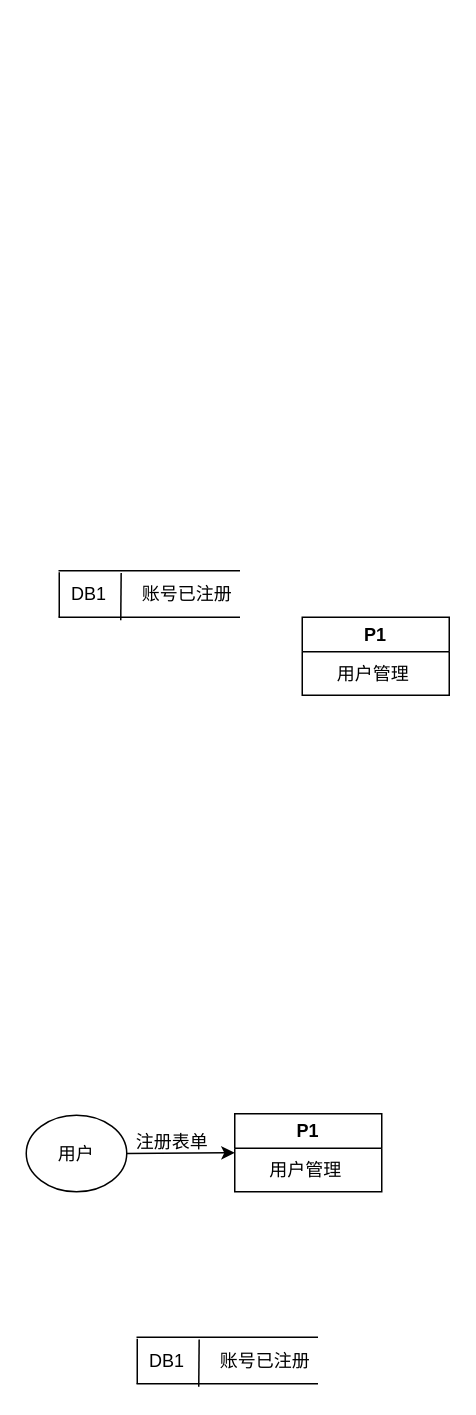
Before: images/学生社团-数据流程图.drawio in biienu/draw-io, a draw.io diagram. Source tidied: cells renumbered, new cells numbered last; positions are measured from the earlier drawing's top-left corner, leaving out a move shared by most shapes. Both pictures are drawn from the tidied source at 150%, with x=0, y=0 at pixel (26, 570).
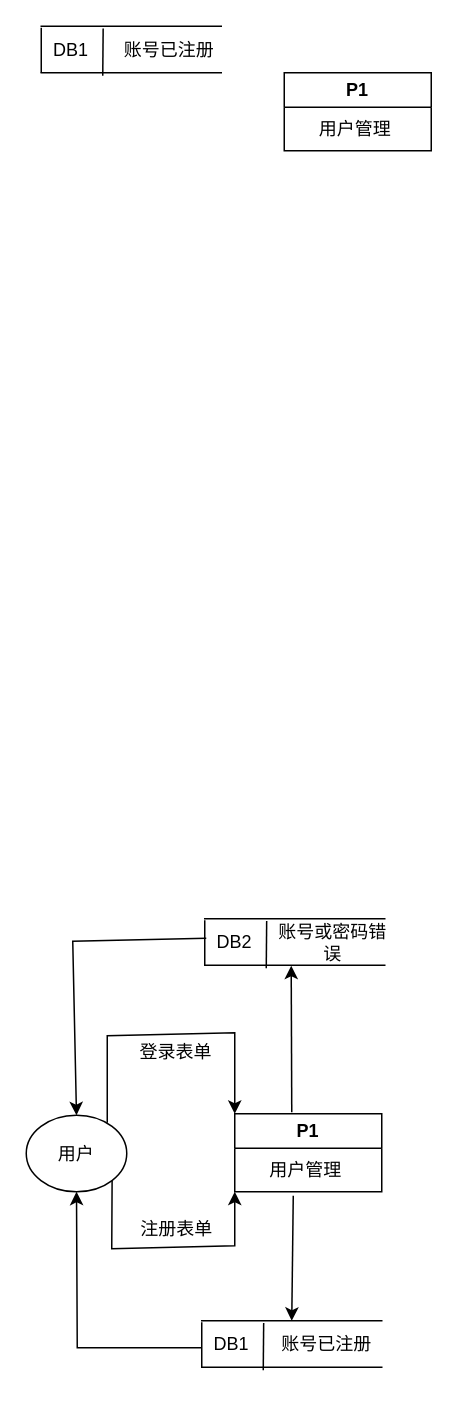
Above is the later version.

Commit message (it also covers changes not shown here):
更新学生社团-数据流程图.drawio

The change refers to these unchanged cells:
```xml
<mxCell id="2" value="用户" style="ellipse;whiteSpace=wrap;html=1;" parent="1" vertex="1">
  <mxGeometry y="363" width="67" height="51" as="geometry" />
</mxCell>
<mxCell id="5" value="P1" style="swimlane;whiteSpace=wrap;html=1;" parent="1" vertex="1">
  <mxGeometry x="139" y="362" width="98" height="52" as="geometry" />
</mxCell>
<mxCell id="6" value="用户管理" style="text;html=1;align=center;verticalAlign=middle;points=[];strokeColor=none;fillColor=none;" parent="5" vertex="1">
  <mxGeometry x="14" y="25" width="66" height="26" as="geometry" />
</mxCell>
```

Change to the diagram source:
```diff
@@
-    <mxCell id="3" style="endArrow=classic;html=1;rounded=0;exitX=1;exitY=0.5;exitDx=0;exitDy=0;entryX=0;entryY=0.5;entryDx=0;entryDy=0;" parent="1" edge="1" source="2" target="5">
-      <mxGeometry relative="1" as="geometry" />
+    <mxCell id="3" style="endArrow=classic;html=1;rounded=0;exitX=1;exitY=1;exitDx=0;exitDy=0;entryX=0;entryY=1;entryDx=0;entryDy=0;" parent="1" edge="1" source="2" target="5">
+      <mxGeometry relative="1" as="geometry">
+        <Array as="points">
+          <mxPoint x="57" y="452" />
+          <mxPoint x="139" y="450" />
+        </Array>
+      </mxGeometry>
     </mxCell>
     <mxCell id="4" value="注册表单" style="text;html=1;align=center;verticalAlign=middle;strokeColor=none;fillColor=none;" parent="1" vertex="1">
-      <mxGeometry x="64" y="368" width="66" height="26" as="geometry" />
+      <mxGeometry x="67" y="426" width="66" height="26" as="geometry" />
     </mxCell>
@@
     <mxCell id="7" style="shape=partialRectangle;whiteSpace=wrap;html=1;left=0;right=0;fillColor=none;" parent="1" vertex="1">
-      <mxGeometry x="74" y="511" width="120" height="31" as="geometry" />
+      <mxGeometry x="117" y="500" width="120" height="31" as="geometry" />
     </mxCell>
     <mxCell id="8" style="endArrow=none;html=1;rounded=0;exitX=0;exitY=1;exitDx=0;exitDy=0;" parent="1" edge="1" source="7">
       <mxGeometry relative="1" as="geometry">
-        <mxPoint x="74" y="512" as="targetPoint" />
+        <mxPoint x="117" y="501" as="targetPoint" />
       </mxGeometry>
     </mxCell>
     <mxCell id="9" style="endArrow=none;html=1;rounded=0;entryX=0.344;entryY=0.05;entryDx=0;entryDy=0;entryPerimeter=0;" parent="1" edge="1" target="7">
       <mxGeometry relative="1" as="geometry">
-        <mxPoint x="115" y="544" as="sourcePoint" />
+        <mxPoint x="158" y="533" as="sourcePoint" />
       </mxGeometry>
     </mxCell>
     <mxCell id="10" value="DB1" style="text;html=1;strokeColor=none;fillColor=none;align=center;verticalAlign=middle;whiteSpace=wrap;rounded=0;" parent="1" vertex="1">
-      <mxGeometry x="64" y="512" width="60" height="30" as="geometry" />
+      <mxGeometry x="107" y="501" width="60" height="30" as="geometry" />
     </mxCell>
     <mxCell id="11" value="账号已注册" style="text;html=1;strokeColor=none;fillColor=none;align=center;verticalAlign=middle;whiteSpace=wrap;rounded=0;" parent="1" vertex="1">
-      <mxGeometry x="119" y="512" width="81" height="30" as="geometry" />
+      <mxGeometry x="164" y="501" width="73" height="30" as="geometry" />
     </mxCell>
     <mxCell id="12" style="shape=partialRectangle;whiteSpace=wrap;html=1;left=0;right=0;fillColor=none;" parent="1" vertex="1">
-      <mxGeometry x="22" width="120" height="31" as="geometry" />
+      <mxGeometry x="10" y="-363" width="120" height="31" as="geometry" />
     </mxCell>
     <mxCell id="13" style="endArrow=none;html=1;rounded=0;exitX=0;exitY=1;exitDx=0;exitDy=0;" parent="1" edge="1" source="12">
       <mxGeometry relative="1" as="geometry">
-        <mxPoint x="22" y="1" as="targetPoint" />
+        <mxPoint x="10" y="-362" as="targetPoint" />
       </mxGeometry>
     </mxCell>
     <mxCell id="14" style="endArrow=none;html=1;rounded=0;entryX=0.344;entryY=0.05;entryDx=0;entryDy=0;entryPerimeter=0;" parent="1" edge="1" target="12">
       <mxGeometry relative="1" as="geometry">
-        <mxPoint x="63" y="33" as="sourcePoint" />
+        <mxPoint x="51" y="-330" as="sourcePoint" />
       </mxGeometry>
     </mxCell>
     <mxCell id="15" value="DB1" style="text;html=1;strokeColor=none;fillColor=none;align=center;verticalAlign=middle;whiteSpace=wrap;rounded=0;" parent="1" vertex="1">
-      <mxGeometry x="12" y="1" width="60" height="30" as="geometry" />
+      <mxGeometry y="-362" width="60" height="30" as="geometry" />
     </mxCell>
     <mxCell id="16" value="账号已注册" style="text;html=1;strokeColor=none;fillColor=none;align=center;verticalAlign=middle;whiteSpace=wrap;rounded=0;" parent="1" vertex="1">
-      <mxGeometry x="67" y="1" width="81" height="30" as="geometry" />
+      <mxGeometry x="55" y="-362" width="81" height="30" as="geometry" />
     </mxCell>
     <mxCell id="17" value="P1" style="swimlane;whiteSpace=wrap;html=1;" parent="1" vertex="1">
-      <mxGeometry x="184" y="31" width="98" height="52" as="geometry" />
+      <mxGeometry x="172" y="-332" width="98" height="52" as="geometry" />
     </mxCell>
@@
+    <mxCell id="19" style="endArrow=classic;html=1;rounded=0;entryX=0.5;entryY=0;entryDx=0;entryDy=0;exitX=0.379;exitY=1.141;exitDx=0;exitDy=0;exitPerimeter=0;" parent="1" edge="1" source="6" target="7">
+      <mxGeometry relative="1" as="geometry" />
+    </mxCell>
+    <mxCell id="20" style="endArrow=classic;html=1;rounded=0;entryX=0.5;entryY=1;entryDx=0;entryDy=0;exitX=0.167;exitY=0.567;exitDx=0;exitDy=0;exitPerimeter=0;" parent="1" edge="1" source="10" target="2">
+      <mxGeometry relative="1" as="geometry">
+        <Array as="points">
+          <mxPoint x="34" y="518" />
+        </Array>
+      </mxGeometry>
+    </mxCell>
+    <mxCell id="21" style="endArrow=classic;html=1;rounded=0;entryX=0;entryY=0;entryDx=0;entryDy=0;" parent="1" edge="1" target="5">
+      <mxGeometry relative="1" as="geometry">
+        <mxPoint x="54" y="368" as="sourcePoint" />
+        <Array as="points">
+          <mxPoint x="54" y="310" />
+          <mxPoint x="139" y="308" />
+        </Array>
+      </mxGeometry>
+    </mxCell>
+    <mxCell id="22" value="登录表单" style="text;html=1;strokeColor=none;fillColor=none;align=center;verticalAlign=middle;whiteSpace=wrap;rounded=0;" parent="1" vertex="1">
+      <mxGeometry x="70" y="306" width="60" height="30" as="geometry" />
+    </mxCell>
+    <mxCell id="23" style="shape=partialRectangle;whiteSpace=wrap;html=1;left=0;right=0;fillColor=none;" parent="1" vertex="1">
+      <mxGeometry x="119" y="232" width="120" height="31" as="geometry" />
+    </mxCell>
+    <mxCell id="24" style="endArrow=none;html=1;rounded=0;exitX=0;exitY=1;exitDx=0;exitDy=0;" parent="1" edge="1" source="23">
+      <mxGeometry relative="1" as="geometry">
+        <mxPoint x="119" y="233" as="targetPoint" />
+      </mxGeometry>
+    </mxCell>
+    <mxCell id="25" style="endArrow=none;html=1;rounded=0;entryX=0.344;entryY=0.05;entryDx=0;entryDy=0;entryPerimeter=0;" parent="1" edge="1" target="23">
+      <mxGeometry relative="1" as="geometry">
+        <mxPoint x="160" y="265" as="sourcePoint" />
+      </mxGeometry>
+    </mxCell>
+    <mxCell id="26" value="DB2" style="text;html=1;strokeColor=none;fillColor=none;align=center;verticalAlign=middle;whiteSpace=wrap;rounded=0;" parent="1" vertex="1">
+      <mxGeometry x="109" y="233" width="60" height="30" as="geometry" />
+    </mxCell>
+    <mxCell id="27" value="账号或密码错误" style="text;html=1;strokeColor=none;fillColor=none;align=center;verticalAlign=middle;whiteSpace=wrap;rounded=0;" parent="1" vertex="1">
+      <mxGeometry x="164" y="233" width="81" height="30" as="geometry" />
+    </mxCell>
+    <mxCell id="28" style="endArrow=classic;html=1;rounded=0;entryX=0.156;entryY=1.011;entryDx=0;entryDy=0;entryPerimeter=0;" parent="1" edge="1" target="27">
+      <mxGeometry relative="1" as="geometry">
+        <mxPoint x="177" y="361" as="sourcePoint" />
+      </mxGeometry>
+    </mxCell>
+    <mxCell id="29" style="endArrow=classic;html=1;rounded=0;entryX=0.5;entryY=0;entryDx=0;entryDy=0;" parent="1" edge="1" target="2">
+      <mxGeometry relative="1" as="geometry">
+        <mxPoint x="120" y="245" as="sourcePoint" />
+        <Array as="points">
+          <mxPoint x="31" y="247" />
+        </Array>
+      </mxGeometry>
+    </mxCell>
```
